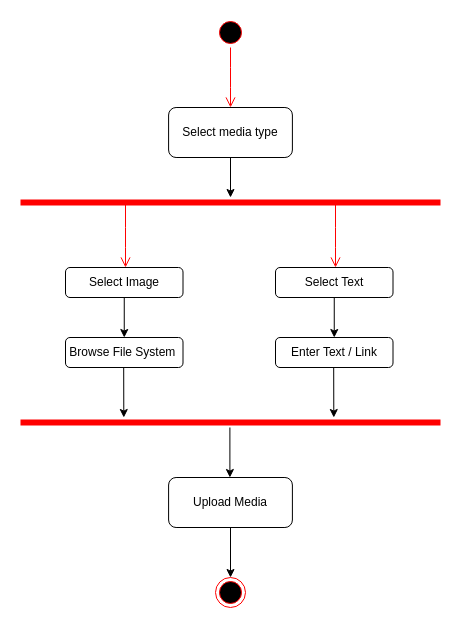
This is Tasks/Reham/Activity Diagram/Select media type .drawio from romanyn36/Catch-The-AI, a draw.io file, before an edit. Source tidied: cells renumbered, new cells numbered last; positions are measured from the earlier drawing's top-left corner, leaving out a move shared by most shapes. Both pictures are drawn from the tidied source at 100%, with x=0, y=0 at pixel (20, 17).
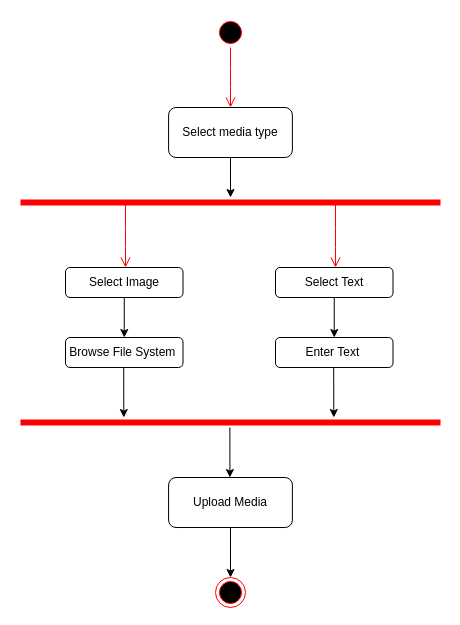
The same diagram, later.

Diff of the diagram source:
```diff
@@
-    <mxCell id="11" value="Enter Text / Link" style="rounded=1;whiteSpace=wrap;html=1;" parent="1" vertex="1">
+    <mxCell id="11" value="Enter Text&amp;nbsp;" style="rounded=1;whiteSpace=wrap;html=1;" parent="1" vertex="1">
       <mxGeometry x="255" y="320" width="117.5" height="30" as="geometry" />
     </mxCell>
```
